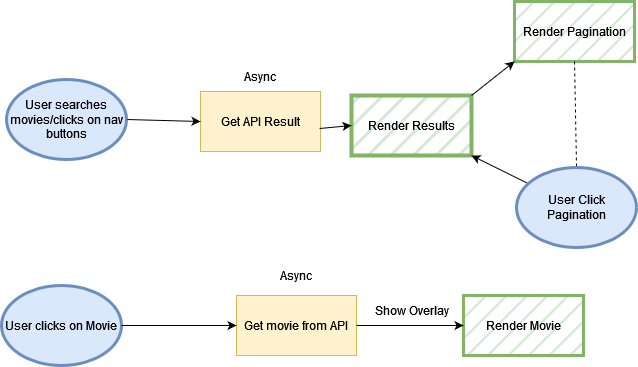
The draw.io diagram Workflow.png in stsp93/Cinemania, before a commit. Source tidied: cells renumbered, new cells last; positions are measured from the earlier drawing's top-left corner, leaving out a move shared by most shapes.
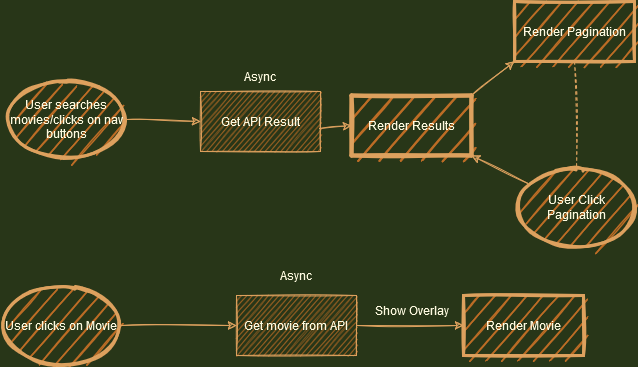
After the commit.

Change to the diagram source:
```diff
@@ -1,59 +1,59 @@
-<mxGraphModel>
+<mxGraphModel background="#283618">
   <root>
     <mxCell id="0" />
     <mxCell id="1" parent="0" />
-    <mxCell id="2" value="Get API Result" style="rounded=0;whiteSpace=wrap;html=1;fillColor=#fff2cc;strokeColor=#d6b656;" parent="1" vertex="1">
+    <mxCell id="2" value="Get API Result" style="rounded=0;whiteSpace=wrap;html=1;fillColor=#BC6C25;strokeColor=#DDA15E;sketch=1;fontColor=#FEFAE0;" parent="1" vertex="1">
       <mxGeometry x="199" y="90" width="120" height="60" as="geometry" />
     </mxCell>
-    <mxCell id="3" value="Async" style="text;html=1;strokeColor=none;fillColor=none;align=center;verticalAlign=middle;whiteSpace=wrap;rounded=0;" parent="1" vertex="1">
+    <mxCell id="3" value="Async" style="text;html=1;strokeColor=none;fillColor=none;align=center;verticalAlign=middle;whiteSpace=wrap;rounded=0;sketch=1;fontColor=#FEFAE0;" parent="1" vertex="1">
       <mxGeometry x="229" y="60" width="60" height="30" as="geometry" />
     </mxCell>
-    <mxCell id="4" style="endArrow=classic;html=1;rounded=0;entryX=0;entryY=0.5;entryDx=0;entryDy=0;exitX=1;exitY=0.5;exitDx=0;exitDy=0;" parent="1" edge="1" source="11" target="2">
+    <mxCell id="4" style="endArrow=classic;html=1;rounded=0;entryX=0;entryY=0.5;entryDx=0;entryDy=0;exitX=1;exitY=0.5;exitDx=0;exitDy=0;sketch=1;labelBackgroundColor=#283618;strokeColor=#DDA15E;fontColor=#FEFAE0;" parent="1" edge="1" source="11" target="2">
       <mxGeometry relative="1" as="geometry" />
     </mxCell>
-    <mxCell id="5" value="Render Pagination" style="rounded=0;whiteSpace=wrap;html=1;strokeWidth=3;fillColor=#d5e8d4;strokeColor=#82b366;fillStyle=hatch;" parent="1" vertex="1">
+    <mxCell id="5" value="Render Pagination" style="rounded=0;whiteSpace=wrap;html=1;strokeWidth=3;fillColor=#BC6C25;strokeColor=#DDA15E;fillStyle=hatch;sketch=1;fontColor=#FEFAE0;" parent="1" vertex="1">
       <mxGeometry x="513" width="120" height="60" as="geometry" />
     </mxCell>
-    <mxCell id="6" value="Render Results" style="rounded=0;whiteSpace=wrap;html=1;strokeWidth=4;fillStyle=hatch;fillColor=#d5e8d4;strokeColor=#82b366;" parent="1" vertex="1">
+    <mxCell id="6" value="Render Results" style="rounded=0;whiteSpace=wrap;html=1;strokeWidth=4;fillStyle=hatch;fillColor=#BC6C25;strokeColor=#DDA15E;sketch=1;fontColor=#FEFAE0;" parent="1" vertex="1">
       <mxGeometry x="350" y="94" width="120" height="60" as="geometry" />
     </mxCell>
-    <mxCell id="7" style="endArrow=classic;html=1;rounded=0;exitX=0.992;exitY=0.617;exitDx=0;exitDy=0;exitPerimeter=0;entryX=0;entryY=0.5;entryDx=0;entryDy=0;" parent="1" edge="1" source="2" target="6">
+    <mxCell id="7" style="endArrow=classic;html=1;rounded=0;exitX=0.992;exitY=0.617;exitDx=0;exitDy=0;exitPerimeter=0;entryX=0;entryY=0.5;entryDx=0;entryDy=0;sketch=1;labelBackgroundColor=#283618;strokeColor=#DDA15E;fontColor=#FEFAE0;" parent="1" edge="1" source="2" target="6">
       <mxGeometry relative="1" as="geometry" />
     </mxCell>
-    <mxCell id="8" style="endArrow=classic;html=1;rounded=0;exitX=1;exitY=0;exitDx=0;exitDy=0;entryX=0;entryY=1;entryDx=0;entryDy=0;" parent="1" edge="1" source="6" target="5">
+    <mxCell id="8" style="endArrow=classic;html=1;rounded=0;exitX=1;exitY=0;exitDx=0;exitDy=0;entryX=0;entryY=1;entryDx=0;entryDy=0;sketch=1;labelBackgroundColor=#283618;strokeColor=#DDA15E;fontColor=#FEFAE0;" parent="1" edge="1" source="6" target="5">
       <mxGeometry relative="1" as="geometry" />
     </mxCell>
-    <mxCell id="9" style="endArrow=none;dashed=1;html=1;rounded=0;exitX=0.5;exitY=1;exitDx=0;exitDy=0;entryX=0.5;entryY=0;entryDx=0;entryDy=0;" parent="1" edge="1" source="5" target="12">
+    <mxCell id="9" style="endArrow=none;dashed=1;html=1;rounded=0;exitX=0.5;exitY=1;exitDx=0;exitDy=0;entryX=0.5;entryY=0;entryDx=0;entryDy=0;sketch=1;labelBackgroundColor=#283618;strokeColor=#DDA15E;fontColor=#FEFAE0;" parent="1" edge="1" source="5" target="12">
       <mxGeometry relative="1" as="geometry" />
     </mxCell>
-    <mxCell id="10" style="endArrow=classic;html=1;rounded=0;entryX=1;entryY=1;entryDx=0;entryDy=0;" parent="1" edge="1" source="12" target="6">
+    <mxCell id="10" style="endArrow=classic;html=1;rounded=0;entryX=1;entryY=1;entryDx=0;entryDy=0;sketch=1;labelBackgroundColor=#283618;strokeColor=#DDA15E;fontColor=#FEFAE0;" parent="1" edge="1" source="12" target="6">
       <mxGeometry relative="1" as="geometry" />
     </mxCell>
-    <mxCell id="11" value="User searches movies/clicks on nav buttons" style="ellipse;whiteSpace=wrap;html=1;fillStyle=auto;strokeWidth=3;fillColor=#dae8fc;strokeColor=#6c8ebf;" parent="1" vertex="1">
+    <mxCell id="11" value="User searches movies/clicks on nav buttons" style="ellipse;whiteSpace=wrap;html=1;fillStyle=auto;strokeWidth=3;fillColor=#BC6C25;strokeColor=#DDA15E;sketch=1;fontColor=#FEFAE0;" parent="1" vertex="1">
       <mxGeometry x="5" y="78" width="120" height="80" as="geometry" />
     </mxCell>
-    <mxCell id="12" value="User Click Pagination" style="ellipse;whiteSpace=wrap;html=1;fillStyle=auto;strokeWidth=3;fillColor=#dae8fc;strokeColor=#6c8ebf;" parent="1" vertex="1">
+    <mxCell id="12" value="User Click Pagination" style="ellipse;whiteSpace=wrap;html=1;fillStyle=auto;strokeWidth=3;fillColor=#BC6C25;strokeColor=#DDA15E;sketch=1;fontColor=#FEFAE0;" parent="1" vertex="1">
       <mxGeometry x="515" y="166" width="120" height="80" as="geometry" />
     </mxCell>
-    <mxCell id="13" value="User clicks on Movie" style="ellipse;whiteSpace=wrap;html=1;fillStyle=auto;strokeWidth=3;fillColor=#dae8fc;strokeColor=#6c8ebf;" parent="1" vertex="1">
+    <mxCell id="13" value="User clicks on Movie" style="ellipse;whiteSpace=wrap;html=1;fillStyle=auto;strokeWidth=3;fillColor=#BC6C25;strokeColor=#DDA15E;sketch=1;fontColor=#FEFAE0;" parent="1" vertex="1">
       <mxGeometry y="284" width="120" height="80" as="geometry" />
     </mxCell>
-    <mxCell id="14" value="&lt;div&gt;Get movie from API&lt;/div&gt;" style="rounded=0;whiteSpace=wrap;html=1;fillStyle=auto;strokeWidth=1;fillColor=#fff2cc;strokeColor=#d6b656;" parent="1" vertex="1">
+    <mxCell id="14" value="&lt;div&gt;Get movie from API&lt;/div&gt;" style="rounded=0;whiteSpace=wrap;html=1;fillStyle=auto;strokeWidth=1;fillColor=#BC6C25;strokeColor=#DDA15E;sketch=1;fontColor=#FEFAE0;" parent="1" vertex="1">
       <mxGeometry x="235" y="294" width="120" height="60" as="geometry" />
     </mxCell>
-    <mxCell id="15" value="Async" style="text;html=1;strokeColor=none;fillColor=none;align=center;verticalAlign=middle;whiteSpace=wrap;rounded=0;fillStyle=auto;" parent="1" vertex="1">
+    <mxCell id="15" value="Async" style="text;html=1;strokeColor=none;fillColor=none;align=center;verticalAlign=middle;whiteSpace=wrap;rounded=0;fillStyle=auto;sketch=1;fontColor=#FEFAE0;" parent="1" vertex="1">
       <mxGeometry x="265" y="259" width="60" height="30" as="geometry" />
     </mxCell>
-    <mxCell id="16" style="endArrow=classic;html=1;rounded=0;exitX=1;exitY=0.5;exitDx=0;exitDy=0;entryX=0;entryY=0.5;entryDx=0;entryDy=0;" parent="1" edge="1" source="13" target="14">
+    <mxCell id="16" style="endArrow=classic;html=1;rounded=0;exitX=1;exitY=0.5;exitDx=0;exitDy=0;entryX=0;entryY=0.5;entryDx=0;entryDy=0;sketch=1;labelBackgroundColor=#283618;strokeColor=#DDA15E;fontColor=#FEFAE0;" parent="1" edge="1" source="13" target="14">
       <mxGeometry relative="1" as="geometry" />
     </mxCell>
-    <mxCell id="17" value="Show Overlay" style="text;html=1;strokeColor=none;fillColor=none;align=center;verticalAlign=middle;whiteSpace=wrap;rounded=0;fillStyle=auto;" parent="1" vertex="1">
+    <mxCell id="17" value="Show Overlay" style="text;html=1;strokeColor=none;fillColor=none;align=center;verticalAlign=middle;whiteSpace=wrap;rounded=0;fillStyle=auto;sketch=1;fontColor=#FEFAE0;" parent="1" vertex="1">
       <mxGeometry x="361.5" y="294" width="97" height="30" as="geometry" />
     </mxCell>
-    <mxCell id="18" value="Render Movie" style="rounded=0;whiteSpace=wrap;html=1;fillStyle=hatch;strokeWidth=3;fillColor=#d5e8d4;strokeColor=#82b366;" parent="1" vertex="1">
+    <mxCell id="18" value="Render Movie" style="rounded=0;whiteSpace=wrap;html=1;fillStyle=hatch;strokeWidth=3;sketch=1;fillColor=#BC6C25;strokeColor=#DDA15E;fontColor=#FEFAE0;" parent="1" vertex="1">
       <mxGeometry x="462" y="294" width="120" height="60" as="geometry" />
     </mxCell>
-    <mxCell id="19" style="endArrow=classic;html=1;rounded=0;exitX=1;exitY=0.5;exitDx=0;exitDy=0;entryX=0;entryY=0.5;entryDx=0;entryDy=0;" parent="1" edge="1" source="14" target="18">
+    <mxCell id="19" style="endArrow=classic;html=1;rounded=0;exitX=1;exitY=0.5;exitDx=0;exitDy=0;entryX=0;entryY=0.5;entryDx=0;entryDy=0;sketch=1;labelBackgroundColor=#283618;strokeColor=#DDA15E;fontColor=#FEFAE0;" parent="1" edge="1" source="14" target="18">
       <mxGeometry relative="1" as="geometry" />
     </mxCell>
   </root>
```
